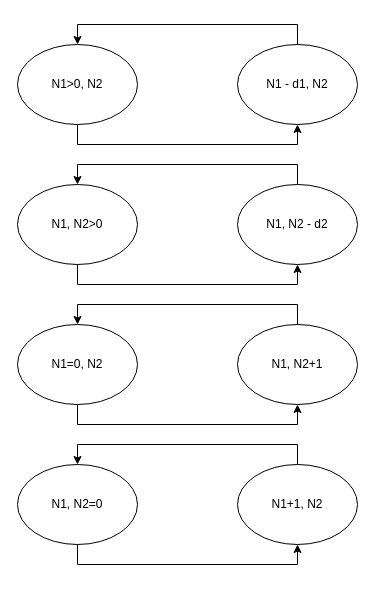
Above: Untitled Diagram.drawio in KireSql/Proyecto_ASSR_2022 (draw.io), before the change. Source tidied: cells renumbered, new cells numbered last; positions are measured from the earlier drawing's top-left corner, leaving out a move shared by most shapes. Both pictures are drawn from the tidied source at 100%, with x=0, y=0 at pixel (17, 24).
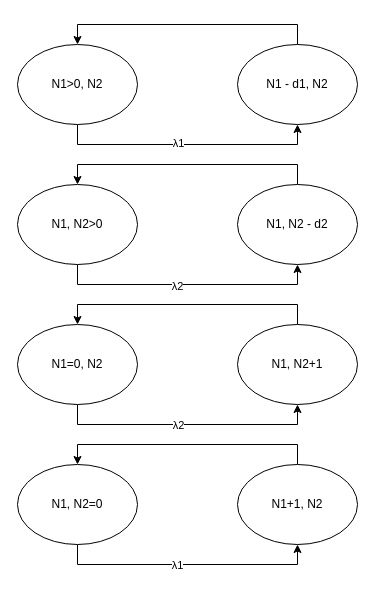
The same page after the edit.

The change refers to these unchanged cells:
```xml
<mxCell id="2" style="edgeStyle=orthogonalEdgeStyle;rounded=0;jettySize=auto;html=1;entryX=0.5;entryY=1;entryDx=0;entryDy=0;" parent="1" edge="1" source="3" target="5">
  <mxGeometry relative="1" as="geometry">
    <Array as="points">
      <mxPoint x="60" y="120" />
      <mxPoint x="280" y="120" />
    </Array>
  </mxGeometry>
</mxCell>
<mxCell id="6" style="edgeStyle=orthogonalEdgeStyle;rounded=0;jettySize=auto;html=1;entryX=0.5;entryY=1;entryDx=0;entryDy=0;" parent="1" edge="1" source="7" target="9">
  <mxGeometry relative="1" as="geometry">
    <Array as="points">
      <mxPoint x="60" y="260" />
      <mxPoint x="280" y="260" />
    </Array>
  </mxGeometry>
</mxCell>
<mxCell id="10" style="edgeStyle=orthogonalEdgeStyle;rounded=0;jettySize=auto;html=1;entryX=0.5;entryY=1;entryDx=0;entryDy=0;" parent="1" edge="1" source="11" target="13">
  <mxGeometry relative="1" as="geometry">
    <Array as="points">
      <mxPoint x="60" y="400" />
      <mxPoint x="280" y="400" />
    </Array>
  </mxGeometry>
</mxCell>
<mxCell id="14" style="edgeStyle=orthogonalEdgeStyle;rounded=0;jettySize=auto;html=1;entryX=0.5;entryY=1;entryDx=0;entryDy=0;" parent="1" edge="1" source="15" target="17">
  <mxGeometry relative="1" as="geometry">
    <Array as="points">
      <mxPoint x="60" y="540" />
      <mxPoint x="280" y="540" />
    </Array>
  </mxGeometry>
</mxCell>
```

What changed in the source:
```diff
@@
+    <mxCell id="18" value="λ1" style="edgeLabel;html=1;align=center;verticalAlign=middle;" parent="2" vertex="1">
+      <mxGeometry x="-0.14" y="2" relative="1" as="geometry">
+        <mxPoint x="8" as="offset" />
+      </mxGeometry>
+    </mxCell>
@@
+    <mxCell id="19" value="λ2" style="edgeLabel;html=1;align=center;verticalAlign=middle;" parent="6" vertex="1">
+      <mxGeometry x="-0.03" y="-1" relative="1" as="geometry">
+        <mxPoint x="-7" as="offset" />
+      </mxGeometry>
+    </mxCell>
@@
+    <mxCell id="20" value="λ2" style="edgeLabel;html=1;align=center;verticalAlign=middle;" parent="10" vertex="1">
+      <mxGeometry x="-0.04" relative="1" as="geometry">
+        <mxPoint x="-5" as="offset" />
+      </mxGeometry>
+    </mxCell>
@@
+    <mxCell id="21" value="λ1" style="edgeLabel;html=1;align=center;verticalAlign=middle;" parent="14" vertex="1">
+      <mxGeometry x="-0.03" relative="1" as="geometry">
+        <mxPoint x="-7" as="offset" />
+      </mxGeometry>
+    </mxCell>
```
